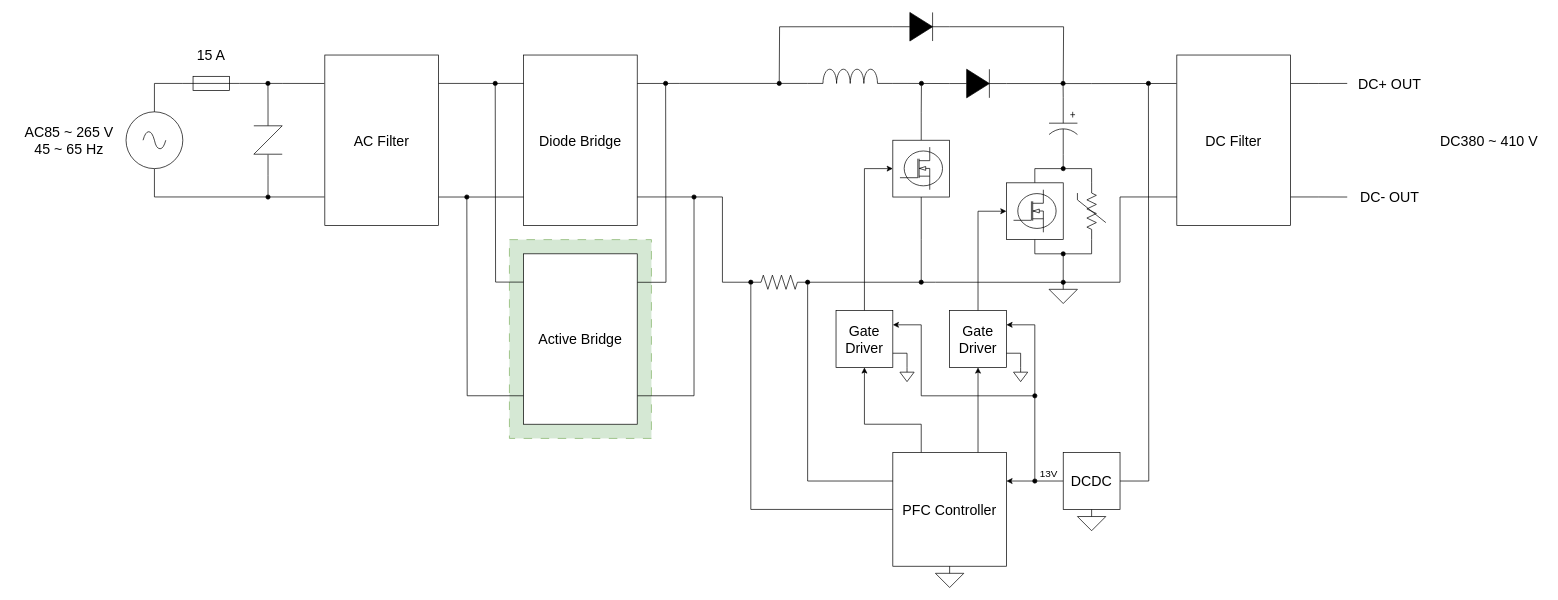
The draw.io diagram designdocs/main-board-bd.drawio in ST04-tkmr/FET-PCB-ac-dc, before the edit. Source tidied: cells renumbered, new cells numbered last; positions are measured from the earlier drawing's top-left corner, leaving out a move shared by most shapes. Both pictures are drawn from the tidied source at 71%, with x=0, y=0 at pixel (12, 12).
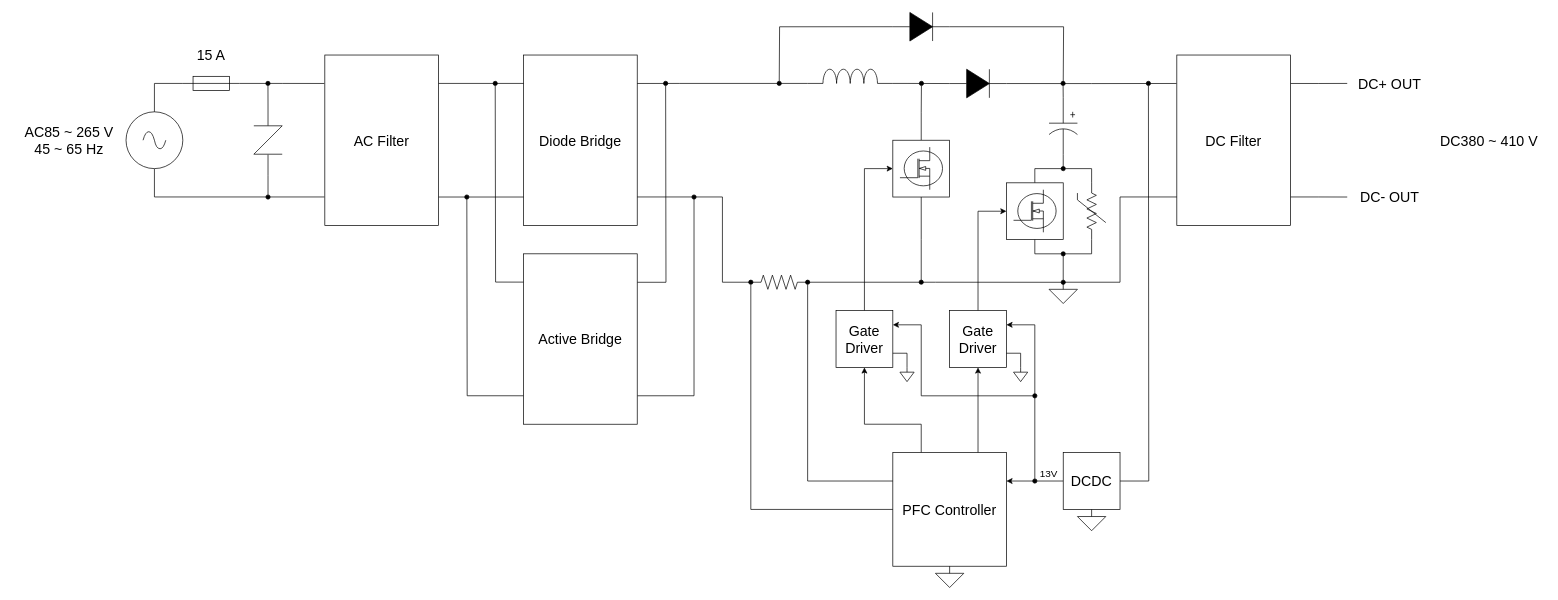
Above is the later version.

Commit message:
merge active bridge

The edit, as a diff of the source:
```diff
@@
-    <mxCell id="2" style="rounded=0;whiteSpace=wrap;html=1;fontFamily=Helvetica;fontSize=11;labelBackgroundColor=default;fillColor=#d5e8d4;dashed=1;dashPattern=12 12;strokeColor=#82b366;" parent="1" vertex="1">
-      <mxGeometry x="700" y="320" width="200" height="280" as="geometry" />
-    </mxCell>
```
